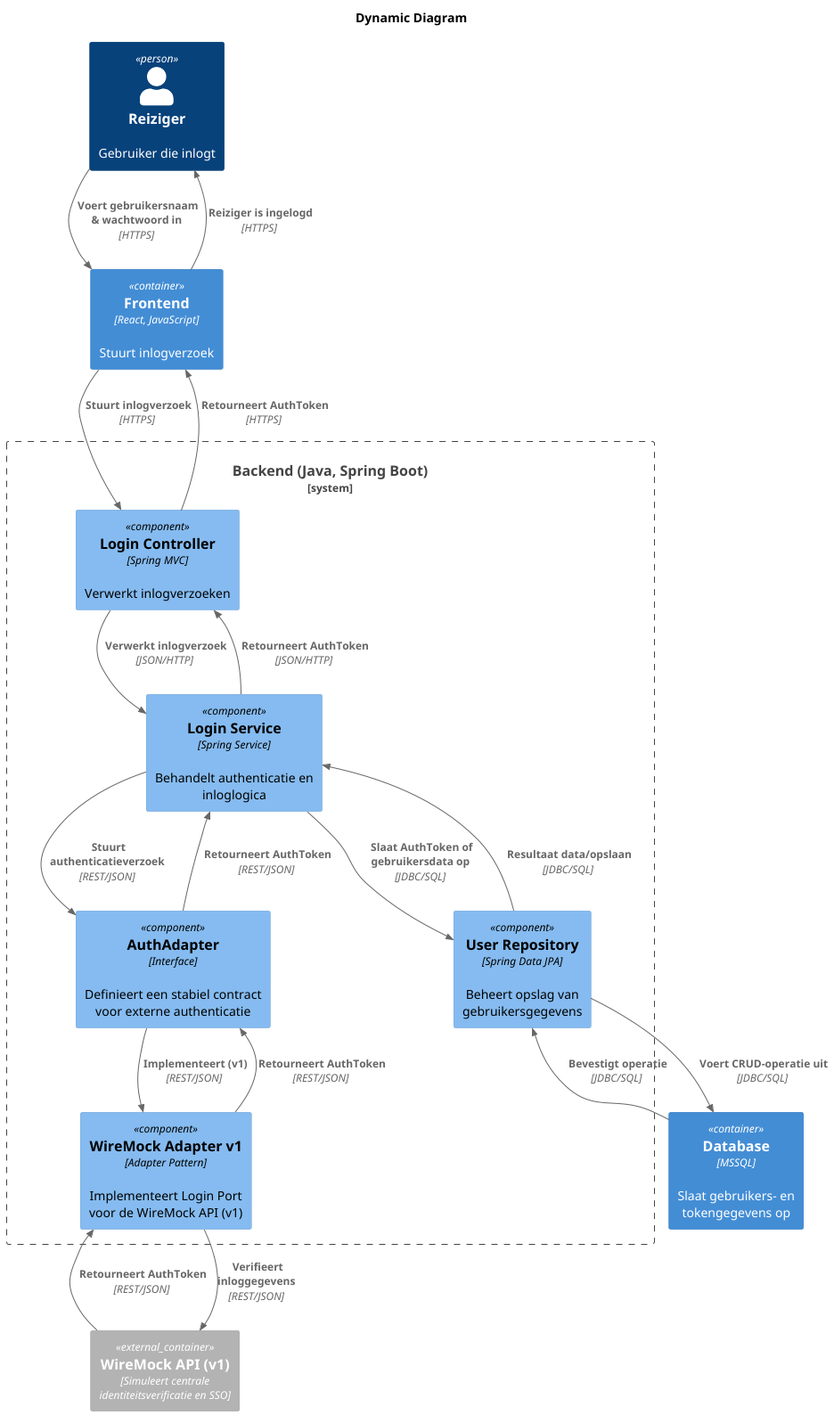
Above: software-guidebook/component-code/ahmed/dynamic-Dynamic_Diagram.png in AIM-ENE-feb25/triptop-asas (PlantUML), before the change.
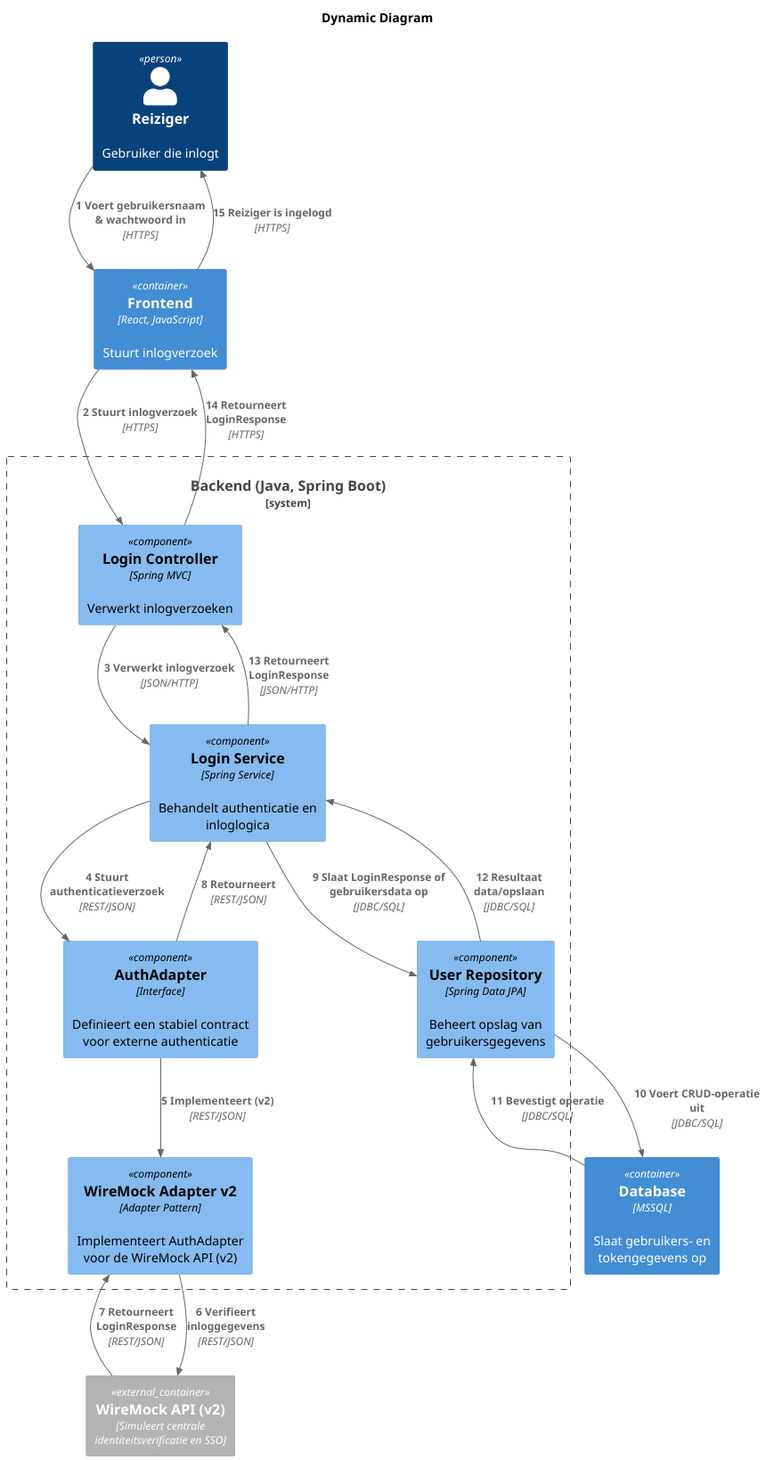
Later version of the same file.

Diff of the diagram source:
```diff
@@ -11,30 +11,31 @@
   Component(loginService, "Login Service", "Spring Service", "Behandelt authenticatie en inloglogica")
   Component(loginPort, "AuthAdapter", "Interface", "Definieert een stabiel contract voor externe authenticatie")
   Component(userRepository, "User Repository", "Spring Data JPA", "Beheert opslag van gebruikersgegevens")
-  Component(wireMockAdapterV1, "WireMock Adapter v1", "Adapter Pattern", "Implementeert Login Port voor de WireMock API (v1)")
+  Component(wireMockAdapterV2, "WireMock Adapter v2", "Adapter Pattern", "Implementeert AuthAdapter voor de WireMock API (v2)")
+
 
 }
 Container(database, "Database", "MSSQL", "Slaat gebruikers- en tokengegevens op")
 
-Container_Ext(identityProvider, "WireMock API (v1)", "Simuleert centrale identiteitsverificatie en SSO")
+Container_Ext(identityProvider, "WireMock API (v2)", "Simuleert centrale identiteitsverificatie en SSO")
 
-Rel_D(reiziger, frontend, " Voert gebruikersnaam & wachtwoord in", "HTTPS")
-Rel_D(frontend, loginController, " Stuurt inlogverzoek", "HTTPS")
-Rel_D(loginController, loginService, " Verwerkt inlogverzoek", "JSON/HTTP")
-Rel_D(loginService, loginPort, " Stuurt authenticatieverzoek", "REST/JSON")
-Rel_D(loginPort, wireMockAdapterV1, " Implementeert (v1)", "REST/JSON")
-Rel_D(wireMockAdapterV1, identityProvider, " Verifieert inloggegevens", "REST/JSON")
+Rel_D(reiziger, frontend, "1 Voert gebruikersnaam & wachtwoord in", "HTTPS")
+Rel_D(frontend, loginController, "2 Stuurt inlogverzoek", "HTTPS")
+Rel_D(loginController, loginService, "3 Verwerkt inlogverzoek", "JSON/HTTP")
+Rel_D(loginService, loginPort, "4 Stuurt authenticatieverzoek", "REST/JSON")
+Rel_D(loginPort, wireMockAdapterV2, "5 Implementeert (v2)", "REST/JSON")
 
-Rel_D(identityProvider, wireMockAdapterV1, " Retourneert AuthToken", "REST/JSON")
-Rel_D(wireMockAdapterV1, loginPort, " Retourneert AuthToken", "REST/JSON")
-Rel_D(loginPort, loginService, " Retourneert AuthToken", "REST/JSON")
+Rel_D(wireMockAdapterV2, identityProvider, "6 Verifieert inloggegevens", "REST/JSON")
 
-Rel_D(loginService, userRepository, " Slaat AuthToken of gebruikersdata op", "JDBC/SQL")
-Rel_D(userRepository, database, " Voert CRUD-operatie uit", "JDBC/SQL")
-Rel_D(database, userRepository, " Bevestigt operatie", "JDBC/SQL")
-Rel_D(userRepository, loginService, " Resultaat data/opslaan", "JDBC/SQL")
+Rel_D(identityProvider, wireMockAdapterV2, "7 Retourneert LoginResponse", "REST/JSON")
+Rel_D(loginPort, loginService, "8 Retourneert ", "REST/JSON")
 
-Rel_D(loginService, loginController, " Retourneert AuthToken", "JSON/HTTP")
-Rel_D(loginController, frontend, " Retourneert AuthToken", "HTTPS")
-Rel_D(frontend, reiziger, " Reiziger is ingelogd", "HTTPS")
+Rel_D(loginService, userRepository, "9 Slaat LoginResponse of gebruikersdata op", "JDBC/SQL")
+Rel_D(userRepository, database, "10 Voert CRUD-operatie uit", "JDBC/SQL")
+Rel_D(database, userRepository, "11 Bevestigt operatie", "JDBC/SQL")
+Rel_D(userRepository, loginService, "12 Resultaat data/opslaan", "JDBC/SQL")
+
+Rel_D(loginService, loginController, "13 Retourneert LoginResponse", "JSON/HTTP")
+Rel_D(loginController, frontend, "14 Retourneert LoginResponse", "HTTPS")
+Rel_D(frontend, reiziger, "15 Reiziger is ingelogd", "HTTPS")
 @enduml
```
